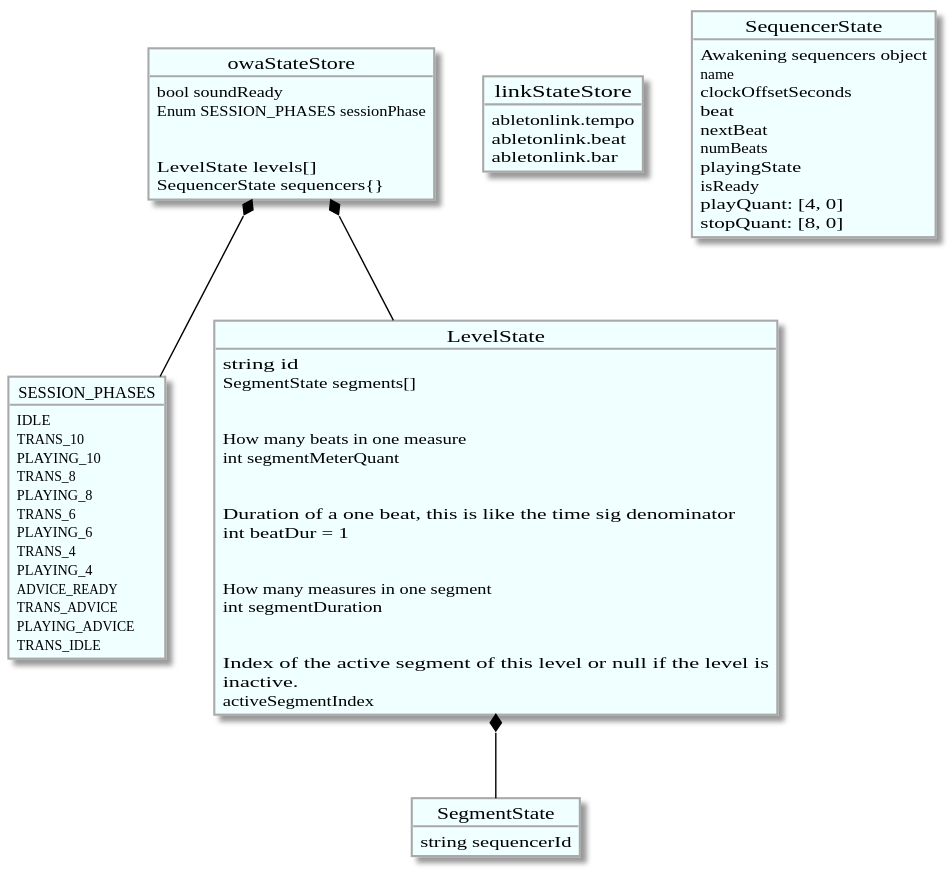
Before: docs/data_model.svg, a diagram exported from PlantUML (awakeningio/owa).
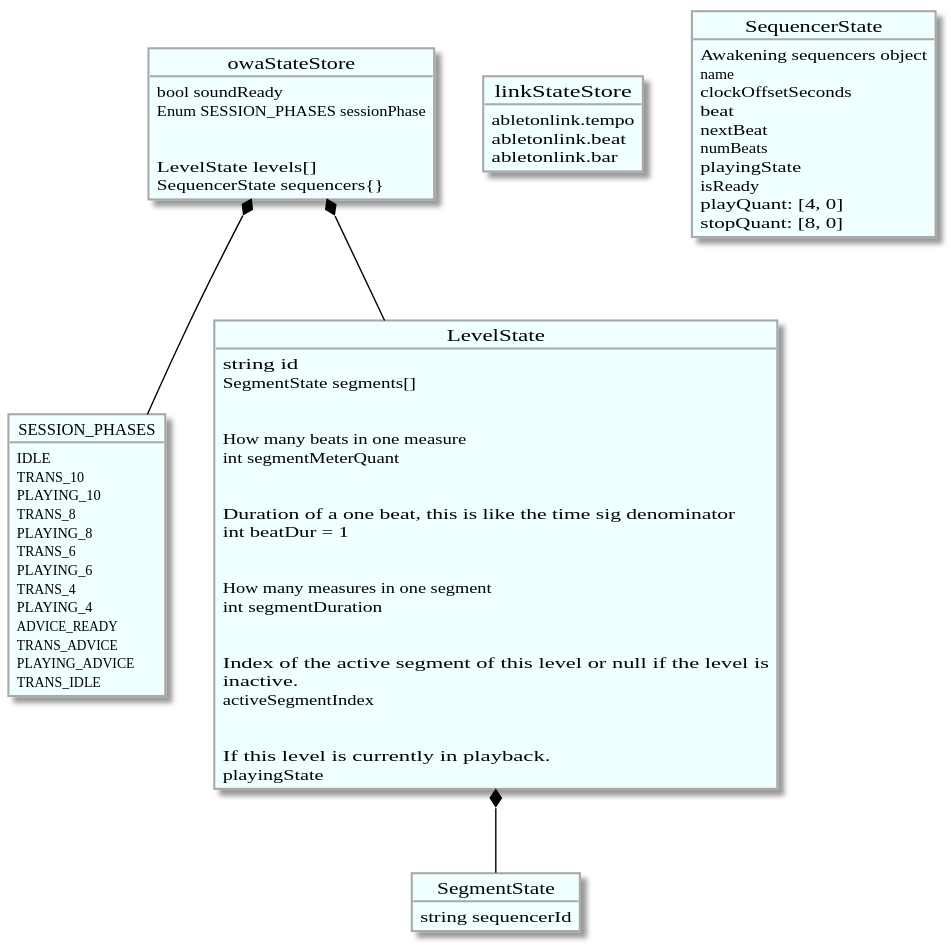
After the commit.

Commit message:
up to date diagrams

The edit, as a diff of the source:
```diff
@@ -82,6 +82,9 @@
   Index of the active segment of this level or null if the level is
   inactive.
   activeSegmentIndex
+  \n
+  If this level is currently in playback.
+  playingState
 }
 owaStateStore *-- LevelState
 
```
